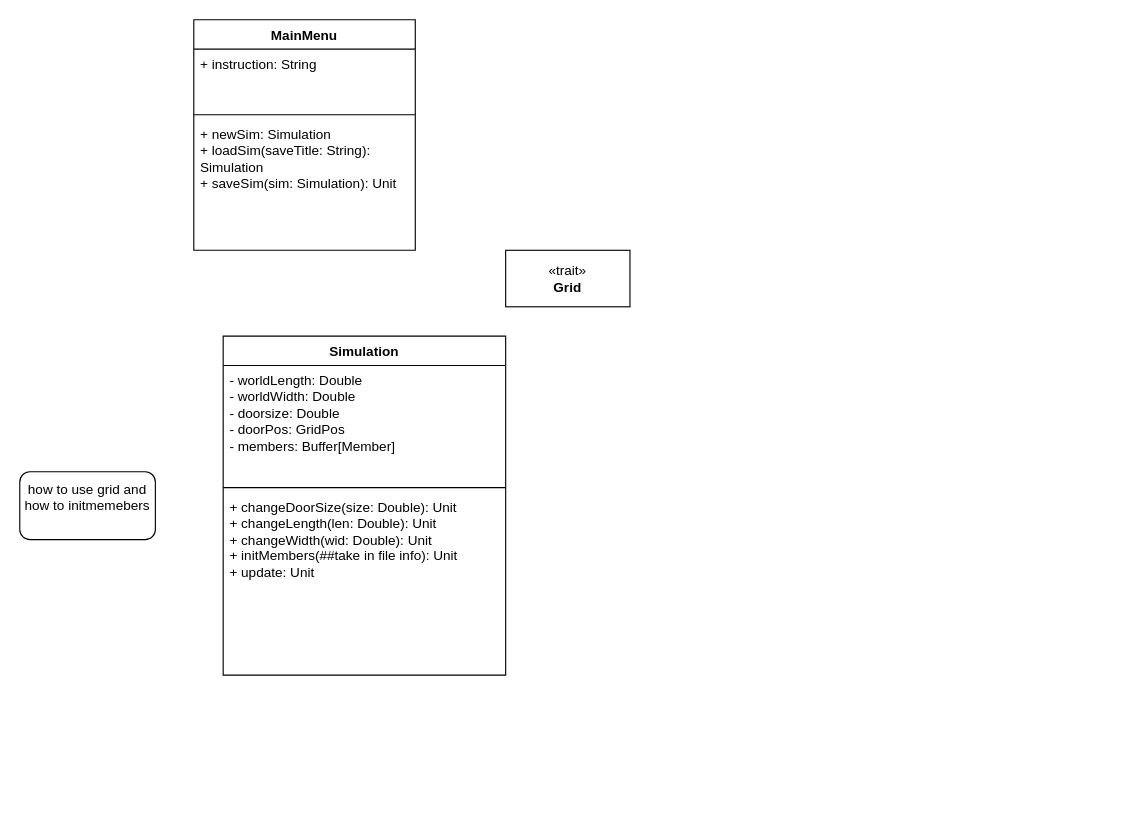
Before: stampede.drawio in picadud/StudioA, a draw.io diagram. Source tidied: cells renumbered, new cells numbered last; positions are measured from the earlier drawing's top-left corner, leaving out a move shared by most shapes. Both pictures are drawn from the tidied source at 113%, with x=0, y=0 at pixel (19, 19).
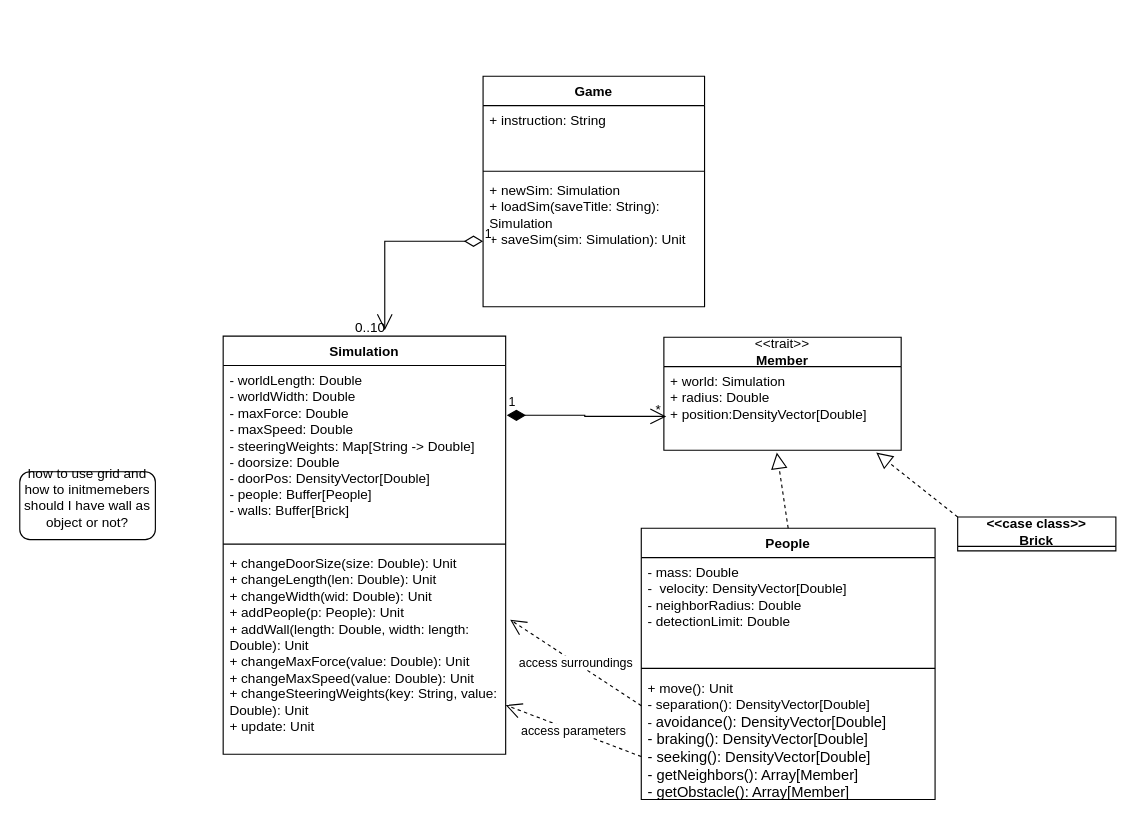
The same diagram, later.

The change refers to these unchanged cells:
```xml
<mxCell id="5" value="&lt;div&gt;+ newSim: Simulation&lt;/div&gt;&lt;div&gt;+ loadSim(saveTitle: String): Simulation&lt;br&gt;&lt;/div&gt;&lt;div&gt;+ saveSim(sim: Simulation): Unit&lt;br&gt;&lt;/div&gt;" style="text;strokeColor=none;fillColor=none;align=left;verticalAlign=top;spacingLeft=4;spacingRight=4;overflow=hidden;points=[[0,0.5],[1,0.5]];portConstraint=eastwest;whiteSpace=wrap;html=1;" parent="2" vertex="1">
  <mxGeometry y="88" width="196" height="116" as="geometry" />
</mxCell>
```

Diff of the diagram source:
```diff
@@
-    <mxCell id="2" value="MainMenu" style="swimlane;fontStyle=1;align=center;verticalAlign=top;horizontal=1;startSize=26;whiteSpace=wrap;html=1;" parent="1" vertex="1">
-      <mxGeometry x="154" width="196" height="204" as="geometry" />
+    <mxCell id="2" value="Game" style="swimlane;fontStyle=1;align=center;verticalAlign=top;horizontal=1;startSize=26;whiteSpace=wrap;html=1;" parent="1" vertex="1">
+      <mxGeometry x="410" y="50" width="196" height="204" as="geometry" />
     </mxCell>
@@
     <mxCell id="6" value="Simulation" style="swimlane;fontStyle=1;align=center;verticalAlign=top;horizontal=1;startSize=26;whiteSpace=wrap;html=1;" parent="1" vertex="1">
-      <mxGeometry x="180" y="280" width="250" height="300" as="geometry" />
+      <mxGeometry x="180" y="280" width="250" height="370" as="geometry" />
     </mxCell>
-    <mxCell id="7" value="&lt;div&gt;- worldLength: Double&lt;/div&gt;&lt;div&gt;- worldWidth: Double&lt;/div&gt;&lt;div&gt;- doorsize: Double&lt;/div&gt;&lt;div&gt;- doorPos: GridPos&lt;/div&gt;&lt;div&gt;- members: Buffer[Member] &lt;br&gt;&lt;/div&gt;&lt;div&gt;&lt;br&gt;&lt;/div&gt;" style="text;strokeColor=none;fillColor=none;align=left;verticalAlign=top;spacingLeft=4;spacingRight=4;overflow=hidden;points=[[0,0.5],[1,0.5]];portConstraint=eastwest;whiteSpace=wrap;html=1;" parent="6" vertex="1">
-      <mxGeometry y="26" width="250" height="104" as="geometry" />
+    <mxCell id="7" value="&lt;div&gt;- worldLength: Double&lt;/div&gt;&lt;div&gt;- worldWidth: Double&lt;/div&gt;&lt;div&gt;- maxForce: Double&lt;/div&gt;&lt;div&gt;- maxSpeed: Double&lt;/div&gt;&lt;div&gt;- steeringWeights: Map[String -&amp;gt; Double]&lt;br&gt;&lt;/div&gt;&lt;div&gt;- doorsize: Double&lt;/div&gt;&lt;div&gt;- doorPos: DensityVector[Double]&lt;br&gt;&lt;/div&gt;&lt;div&gt;- people: Buffer[People] &lt;br&gt;&lt;/div&gt;&lt;div&gt;- walls: Buffer[Brick]&lt;br&gt;&lt;/div&gt;&lt;div&gt;&lt;br&gt;&lt;/div&gt;" style="text;strokeColor=none;fillColor=none;align=left;verticalAlign=top;spacingLeft=4;spacingRight=4;overflow=hidden;points=[[0,0.5],[1,0.5]];portConstraint=eastwest;whiteSpace=wrap;html=1;" parent="6" vertex="1">
+      <mxGeometry y="26" width="250" height="154" as="geometry" />
     </mxCell>
     <mxCell id="8" style="line;strokeWidth=1;fillColor=none;align=left;verticalAlign=middle;spacingTop=-1;spacingLeft=3;spacingRight=3;labelPosition=right;strokeColor=inherit;" parent="6" vertex="1">
-      <mxGeometry y="130" width="250" height="8" as="geometry" />
+      <mxGeometry y="180" width="250" height="8" as="geometry" />
     </mxCell>
-    <mxCell id="9" value="&lt;div&gt;+ changeDoorSize(size: Double): Unit&lt;/div&gt;&lt;div&gt;+ changeLength(len: Double): Unit&lt;/div&gt;&lt;div&gt;+ changeWidth(wid: Double): Unit&lt;/div&gt;&lt;div&gt;+ initMembers(##take in file info): Unit&lt;/div&gt;&lt;div&gt;+ update: Unit&lt;br&gt;&lt;/div&gt;&lt;div&gt;&lt;br&gt;&lt;/div&gt;" style="text;strokeColor=none;fillColor=none;align=left;verticalAlign=top;spacingLeft=4;spacingRight=4;overflow=hidden;points=[[0,0.5],[1,0.5]];portConstraint=eastwest;whiteSpace=wrap;html=1;" parent="6" vertex="1">
-      <mxGeometry y="138" width="250" height="162" as="geometry" />
+    <mxCell id="9" value="&lt;div&gt;+ changeDoorSize(size: Double): Unit&lt;/div&gt;&lt;div&gt;+ changeLength(len: Double): Unit&lt;/div&gt;&lt;div&gt;+ changeWidth(wid: Double): Unit&lt;/div&gt;&lt;div&gt;+ addPeople(p: People): Unit&lt;/div&gt;&lt;div&gt;+ addWall(length: Double, width: length: Double): Unit&lt;/div&gt;&lt;div&gt;+ changeMaxForce(value: Double): Unit&lt;/div&gt;&lt;div&gt;+ changeMaxSpeed(value: Double): Unit&lt;/div&gt;&lt;div&gt;+ changeSteeringWeights(key: String, value: Double): Unit&lt;br&gt;&lt;/div&gt;&lt;div&gt;+ update: Unit&lt;br&gt;&lt;/div&gt;&lt;div&gt;&lt;br&gt;&lt;/div&gt;" style="text;strokeColor=none;fillColor=none;align=left;verticalAlign=top;spacingLeft=4;spacingRight=4;overflow=hidden;points=[[0,0.5],[1,0.5]];portConstraint=eastwest;whiteSpace=wrap;html=1;" parent="6" vertex="1">
+      <mxGeometry y="188" width="250" height="182" as="geometry" />
     </mxCell>
-    <mxCell id="10" value="«trait»&lt;br&gt;&lt;b&gt;Grid&lt;/b&gt;" style="html=1;whiteSpace=wrap;" parent="1" vertex="1">
-      <mxGeometry x="430" y="204" width="110" height="50" as="geometry" />
-    </mxCell>
-    <mxCell id="11" value="&lt;div&gt;how to use grid and how to initmemebers&lt;/div&gt;&lt;div&gt;&lt;br&gt;&lt;/div&gt;" style="rounded=1;whiteSpace=wrap;html=1;" parent="1" vertex="1">
+    <mxCell id="11" value="&lt;div&gt;how to use grid and how to initmemebers&lt;/div&gt;&lt;div&gt;should I have wall as object or not?&lt;br&gt;&lt;/div&gt;&lt;div&gt;&lt;br&gt;&lt;/div&gt;" style="rounded=1;whiteSpace=wrap;html=1;" parent="1" vertex="1">
       <mxGeometry y="400" width="120" height="60" as="geometry" />
     </mxCell>
+    <mxCell id="12" value="People" style="swimlane;fontStyle=1;align=center;verticalAlign=top;horizontal=1;startSize=26;whiteSpace=wrap;html=1;" parent="1" vertex="1">
+      <mxGeometry x="550" y="450" width="260" height="240" as="geometry" />
+    </mxCell>
+    <mxCell id="13" value="- mass: Double&lt;br&gt;&lt;div&gt;-&amp;nbsp; velocity: DensityVector[Double]&lt;/div&gt;&lt;div&gt;- neighborRadius: Double&lt;/div&gt;&lt;div&gt;- detectionLimit: Double&lt;/div&gt;&lt;div&gt;&lt;br&gt;&lt;/div&gt;" style="text;strokeColor=none;fillColor=none;align=left;verticalAlign=top;spacingLeft=4;spacingRight=4;overflow=hidden;whiteSpace=wrap;html=1;" parent="12" vertex="1">
+      <mxGeometry y="26" width="260" height="94" as="geometry" />
+    </mxCell>
+    <mxCell id="14" style="line;strokeWidth=1;fillColor=none;align=left;verticalAlign=middle;spacingTop=-1;spacingLeft=3;spacingRight=3;labelPosition=right;strokeColor=inherit;" parent="12" vertex="1">
+      <mxGeometry y="120" width="260" height="8" as="geometry" />
+    </mxCell>
+    <mxCell id="15" value="&lt;div&gt;+ move(): Unit&lt;/div&gt;&lt;div&gt;- separation(): DensityVector[Double]&lt;/div&gt;&lt;div&gt;- &lt;font size=&quot;2&quot;&gt;avoidance(): DensityVector[Double]&lt;/font&gt;&lt;/div&gt;&lt;div&gt;&lt;font size=&quot;2&quot;&gt;- braking(): &lt;/font&gt;&lt;font size=&quot;2&quot;&gt;DensityVector[Double]&lt;/font&gt;&lt;/div&gt;&lt;div&gt;&lt;font size=&quot;2&quot;&gt;- seeking(): DensityVector[Double]&lt;/font&gt;&lt;/div&gt;&lt;div&gt;&lt;font size=&quot;2&quot;&gt;- getNeighbors(): Array[Member]&lt;/font&gt;&lt;/div&gt;&lt;div&gt;&lt;font size=&quot;2&quot;&gt;- getObstacle(): Array[Member]&lt;br&gt;&lt;/font&gt;&lt;/div&gt;&lt;div&gt;&lt;font size=&quot;2&quot;&gt;&lt;br&gt;&lt;/font&gt;&lt;/div&gt;&lt;div&gt;&lt;br&gt;&lt;/div&gt;&lt;div&gt;&lt;br&gt;&lt;/div&gt;" style="text;strokeColor=none;fillColor=none;align=left;verticalAlign=top;spacingLeft=4;spacingRight=4;overflow=hidden;points=[[0,0.5],[1,0.5]];portConstraint=eastwest;whiteSpace=wrap;html=1;" parent="12" vertex="1">
+      <mxGeometry y="128" width="260" height="112" as="geometry" />
+    </mxCell>
+    <mxCell id="16" value="&lt;div&gt;&amp;lt;&amp;lt;trait&amp;gt;&amp;gt;&lt;/div&gt;&lt;div&gt;&lt;b&gt;Member&lt;/b&gt;&lt;br&gt;&lt;/div&gt;" style="swimlane;fontStyle=0;horizontal=1;startSize=26;fillColor=none;whiteSpace=wrap;html=1;" parent="1" vertex="1">
+      <mxGeometry x="570" y="281" width="210" height="100" as="geometry" />
+    </mxCell>
+    <mxCell id="17" value="&lt;div&gt;+ world: Simulation&lt;br&gt;&lt;/div&gt;&lt;div&gt;+ radius: Double&lt;/div&gt;+ position:DensityVector[Double]" style="text;strokeColor=none;fillColor=none;align=left;verticalAlign=top;spacingLeft=4;spacingRight=4;overflow=hidden;points=[[0,0.5],[1,0.5]];portConstraint=eastwest;whiteSpace=wrap;html=1;" parent="16" vertex="1">
+      <mxGeometry y="26" width="210" height="74" as="geometry" />
+    </mxCell>
+    <mxCell id="18" value="&lt;div&gt;&lt;b&gt;&amp;lt;&amp;lt;case class&amp;gt;&amp;gt;&lt;br&gt;&lt;/b&gt;&lt;/div&gt;&lt;div&gt;&lt;b&gt;Brick&lt;/b&gt;&lt;/div&gt;" style="swimlane;fontStyle=0;horizontal=1;startSize=26;fillColor=none;whiteSpace=wrap;html=1;" parent="1" vertex="1">
+      <mxGeometry x="830" y="440" width="140" height="30" as="geometry" />
+    </mxCell>
+    <mxCell id="19" style="endArrow=block;dashed=1;endFill=0;endSize=12;html=1;rounded=0;entryX=0.476;entryY=1.027;entryDx=0;entryDy=0;entryPerimeter=0;exitX=0.5;exitY=0;exitDx=0;exitDy=0;" parent="1" edge="1" source="12" target="17">
+      <mxGeometry relative="1" as="geometry" />
+    </mxCell>
+    <mxCell id="20" style="endArrow=block;dashed=1;endFill=0;endSize=12;html=1;rounded=0;entryX=0.895;entryY=1.027;entryDx=0;entryDy=0;entryPerimeter=0;exitX=0;exitY=0;exitDx=0;exitDy=0;" parent="1" edge="1" source="18" target="17">
+      <mxGeometry relative="1" as="geometry" />
+    </mxCell>
+    <mxCell id="21" value="1" style="endArrow=open;html=1;endSize=12;startArrow=diamondThin;startSize=14;startFill=1;edgeStyle=orthogonalEdgeStyle;align=left;verticalAlign=bottom;rounded=0;exitX=1.004;exitY=0.286;exitDx=0;exitDy=0;exitPerimeter=0;entryX=0.01;entryY=0.595;entryDx=0;entryDy=0;entryPerimeter=0;" parent="1" edge="1" source="7" target="17">
+      <mxGeometry x="-1" y="3" relative="1" as="geometry" />
+    </mxCell>
+    <mxCell id="22" value="*" style="text;html=1;align=center;verticalAlign=middle;strokeColor=none;fillColor=none;" parent="1" vertex="1">
+      <mxGeometry x="550" y="330" width="30" height="30" as="geometry" />
+    </mxCell>
+    <mxCell id="23" value="access surroundings" style="endArrow=open;endSize=12;dashed=1;html=1;rounded=0;exitX=0;exitY=0.259;exitDx=0;exitDy=0;exitPerimeter=0;entryX=1.016;entryY=0.346;entryDx=0;entryDy=0;entryPerimeter=0;" parent="1" edge="1" source="15" target="9">
+      <mxGeometry relative="1" as="geometry" />
+    </mxCell>
+    <mxCell id="24" value="&lt;div&gt;access parameters&lt;/div&gt;" style="endArrow=open;endSize=12;dashed=1;html=1;rounded=0;exitX=0;exitY=0.661;exitDx=0;exitDy=0;exitPerimeter=0;" parent="1" edge="1" source="15" target="9">
+      <mxGeometry relative="1" as="geometry" />
+    </mxCell>
+    <mxCell id="25" value="1" style="endArrow=open;html=1;endSize=12;startArrow=diamondThin;startSize=14;startFill=0;edgeStyle=orthogonalEdgeStyle;align=left;verticalAlign=bottom;rounded=0;exitX=0;exitY=0.5;exitDx=0;exitDy=0;entryX=0.572;entryY=-0.014;entryDx=0;entryDy=0;entryPerimeter=0;" parent="1" edge="1" source="5" target="6">
+      <mxGeometry x="-1" y="3" relative="1" as="geometry" />
+    </mxCell>
+    <mxCell id="26" value="0..10" style="text;html=1;align=center;verticalAlign=middle;strokeColor=none;fillColor=none;" parent="1" vertex="1">
+      <mxGeometry x="285" y="258" width="50" height="30" as="geometry" />
+    </mxCell>
```
